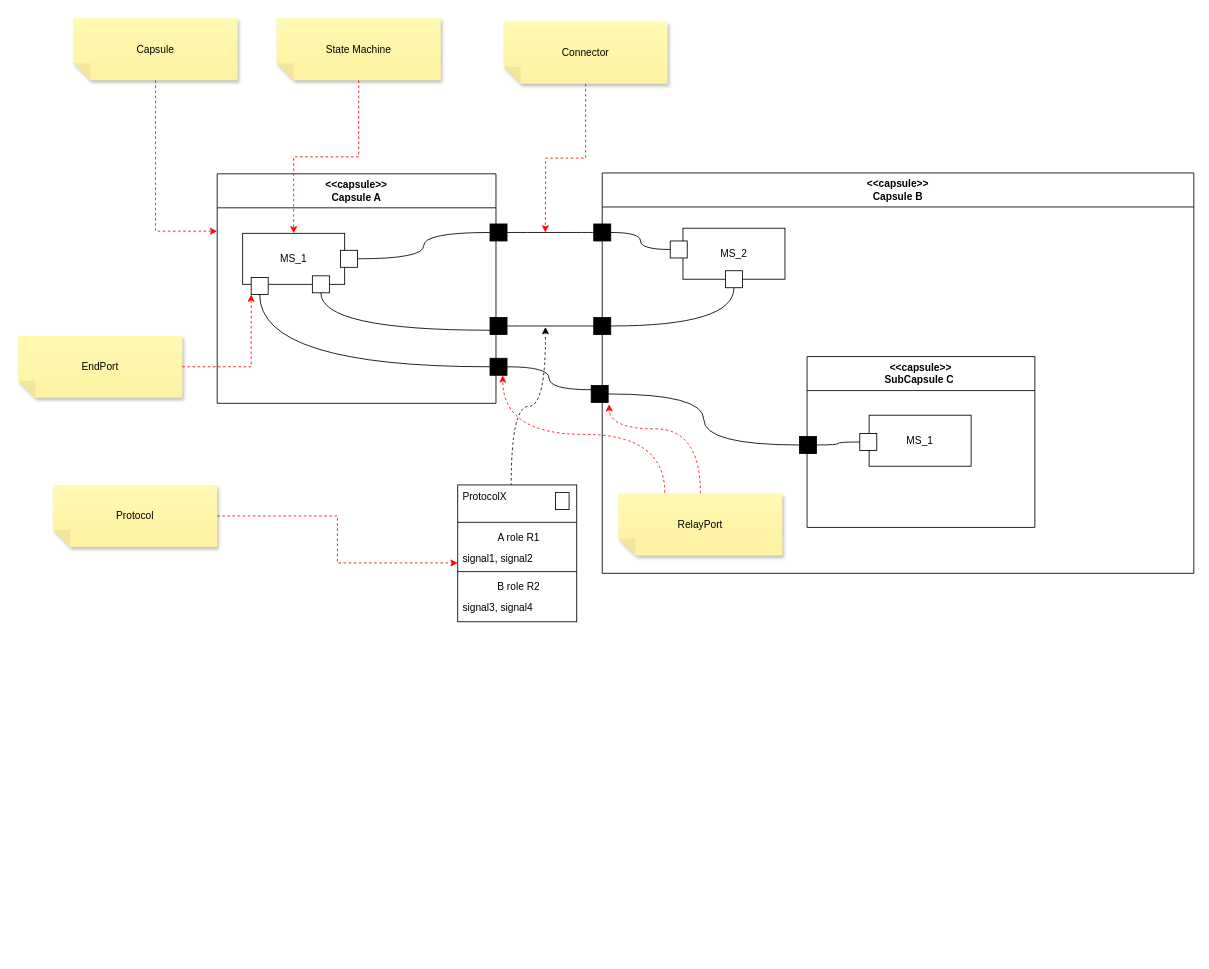
Before: page "Capsule" (1 of 5) of docs/rt-modeling/capsules/capsule.drawio in automatica-cluj/exemple-isp-2025, a draw.io diagram. Source tidied: cells renumbered, new cells numbered last; positions are measured from the earlier drawing's top-left corner, leaving out a move shared by most shapes. Both pictures are drawn from the tidied source at 85%, with x=0, y=0 at pixel (18, 18).
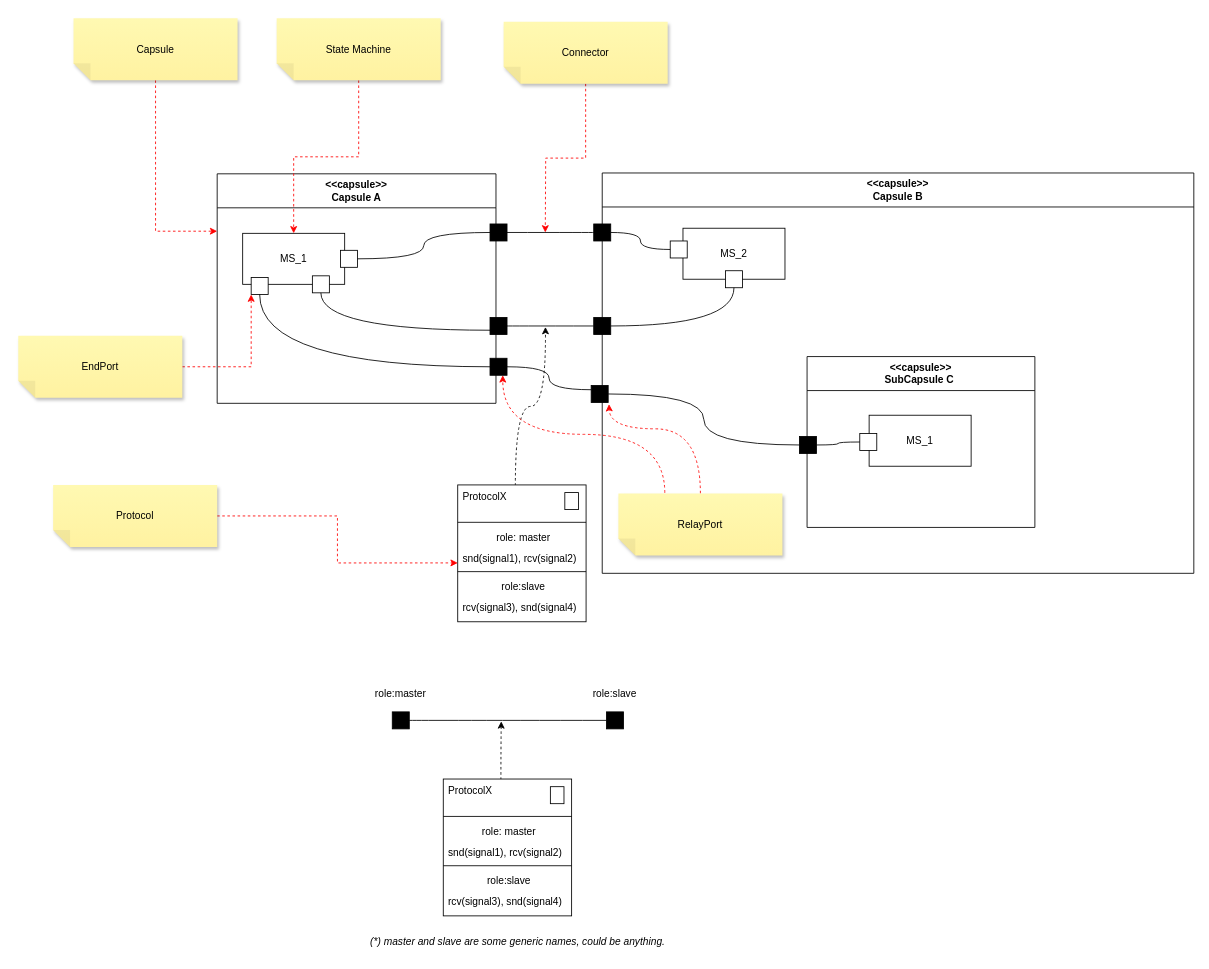
The same page after the edit.

Change to the diagram source:
```diff
@@
     <mxCell id="29" style="fontStyle=1;align=center;verticalAlign=top;horizontal=1;" parent="1" vertex="1">
-      <mxGeometry x="517" y="549" width="140" height="161" as="geometry" />
+      <mxGeometry x="517" y="549" width="151" height="161" as="geometry" />
     </mxCell>
     <mxCell id="30" value="ProtocolX" style="html=1;align=left;spacingLeft=4;verticalAlign=top;strokeColor=none;fillColor=none;whiteSpace=wrap;" parent="29" vertex="1">
-      <mxGeometry width="140" height="40" as="geometry" />
+      <mxGeometry width="151" height="40" as="geometry" />
     </mxCell>
@@
     <mxCell id="32" style="line;strokeWidth=1;fillColor=none;align=left;verticalAlign=middle;spacingTop=-1;spacingLeft=3;spacingRight=3;labelPosition=right;" parent="29" vertex="1">
-      <mxGeometry y="40" width="140" height="8" as="geometry" />
+      <mxGeometry y="40" width="151" height="8" as="geometry" />
     </mxCell>
-    <mxCell id="33" value="A role R1" style="html=1;align=center;spacingLeft=4;verticalAlign=top;strokeColor=none;fillColor=none;whiteSpace=wrap;" parent="29" vertex="1">
-      <mxGeometry y="48" width="140" height="25" as="geometry" />
+    <mxCell id="33" value="role: master" style="html=1;align=center;spacingLeft=4;verticalAlign=top;strokeColor=none;fillColor=none;whiteSpace=wrap;" parent="29" vertex="1">
+      <mxGeometry y="48" width="151" height="25" as="geometry" />
     </mxCell>
-    <mxCell id="34" value="signal1, signal2" style="html=1;align=left;spacingLeft=4;verticalAlign=top;strokeColor=none;fillColor=none;whiteSpace=wrap;" parent="29" vertex="1">
-      <mxGeometry y="73" width="140" height="25" as="geometry" />
+    <mxCell id="34" value="snd(signal1), rcv(signal2)" style="html=1;align=left;spacingLeft=4;verticalAlign=top;strokeColor=none;fillColor=none;whiteSpace=wrap;" parent="29" vertex="1">
+      <mxGeometry y="73" width="151" height="25" as="geometry" />
     </mxCell>
     <mxCell id="35" style="line;strokeWidth=1;fillColor=none;align=left;verticalAlign=middle;spacingTop=-1;spacingLeft=3;spacingRight=3;labelPosition=right;" parent="29" vertex="1">
-      <mxGeometry y="98" width="140" height="8" as="geometry" />
+      <mxGeometry y="98" width="151" height="8" as="geometry" />
     </mxCell>
-    <mxCell id="36" value="B role R2" style="html=1;align=center;spacingLeft=4;verticalAlign=top;strokeColor=none;fillColor=none;whiteSpace=wrap;" parent="29" vertex="1">
-      <mxGeometry y="106" width="140" height="25" as="geometry" />
+    <mxCell id="36" value="role:slave" style="html=1;align=center;spacingLeft=4;verticalAlign=top;strokeColor=none;fillColor=none;whiteSpace=wrap;" parent="29" vertex="1">
+      <mxGeometry y="106" width="151" height="25" as="geometry" />
     </mxCell>
-    <mxCell id="37" value="signal3, signal4" style="html=1;align=left;spacingLeft=4;verticalAlign=top;strokeColor=none;fillColor=none;whiteSpace=wrap;" parent="29" vertex="1">
-      <mxGeometry y="131" width="140" height="30" as="geometry" />
+    <mxCell id="37" value="rcv(signal3), snd(signal4)" style="html=1;align=left;spacingLeft=4;verticalAlign=top;strokeColor=none;fillColor=none;whiteSpace=wrap;" parent="29" vertex="1">
+      <mxGeometry y="131" width="151" height="30" as="geometry" />
     </mxCell>
@@
+    <mxCell id="54" style="edgeStyle=orthogonalEdgeStyle;rounded=0;jettySize=auto;html=1;exitX=1;exitY=0.5;exitDx=0;exitDy=0;entryX=0;entryY=0.5;entryDx=0;entryDy=0;endArrow=none;startFill=0;curved=1;" parent="1" edge="1" source="55" target="56">
+      <mxGeometry relative="1" as="geometry" />
+    </mxCell>
+    <mxCell id="55" style="rounded=0;whiteSpace=wrap;html=1;fillColor=#000000;" parent="1" vertex="1">
+      <mxGeometry x="440" y="816" width="20" height="20" as="geometry" />
+    </mxCell>
+    <mxCell id="56" style="rounded=0;whiteSpace=wrap;html=1;fillColor=#000000;" parent="1" vertex="1">
+      <mxGeometry x="692" y="816" width="20" height="20" as="geometry" />
+    </mxCell>
+    <mxCell id="57" style="edgeStyle=orthogonalEdgeStyle;curved=1;rounded=0;jettySize=auto;html=1;dashed=1;exitX=0.449;exitY=0.03;exitDx=0;exitDy=0;exitPerimeter=0;" parent="1" edge="1" source="59">
+      <mxGeometry relative="1" as="geometry">
+        <mxPoint x="568.2" y="827.2" as="targetPoint" />
+      </mxGeometry>
+    </mxCell>
+    <mxCell id="58" style="fontStyle=1;align=center;verticalAlign=top;horizontal=1;" parent="1" vertex="1">
+      <mxGeometry x="500" y="895" width="151" height="161" as="geometry" />
+    </mxCell>
+    <mxCell id="59" value="ProtocolX" style="html=1;align=left;spacingLeft=4;verticalAlign=top;strokeColor=none;fillColor=none;whiteSpace=wrap;" parent="58" vertex="1">
+      <mxGeometry width="151" height="40" as="geometry" />
+    </mxCell>
+    <mxCell id="60" style="shape=rectangle;jettyWidth=10;jettyHeight=4;" parent="59" vertex="1">
+      <mxGeometry x="1" width="16" height="20" relative="1" as="geometry">
+        <mxPoint x="-25" y="9" as="offset" />
+      </mxGeometry>
+    </mxCell>
+    <mxCell id="61" style="line;strokeWidth=1;fillColor=none;align=left;verticalAlign=middle;spacingTop=-1;spacingLeft=3;spacingRight=3;labelPosition=right;" parent="58" vertex="1">
+      <mxGeometry y="40" width="151" height="8" as="geometry" />
+    </mxCell>
+    <mxCell id="62" value="role: master" style="html=1;align=center;spacingLeft=4;verticalAlign=top;strokeColor=none;fillColor=none;whiteSpace=wrap;" parent="58" vertex="1">
+      <mxGeometry y="48" width="151" height="25" as="geometry" />
+    </mxCell>
+    <mxCell id="63" value="snd(signal1), rcv(signal2)" style="html=1;align=left;spacingLeft=4;verticalAlign=top;strokeColor=none;fillColor=none;whiteSpace=wrap;" parent="58" vertex="1">
+      <mxGeometry y="73" width="151" height="25" as="geometry" />
+    </mxCell>
+    <mxCell id="64" style="line;strokeWidth=1;fillColor=none;align=left;verticalAlign=middle;spacingTop=-1;spacingLeft=3;spacingRight=3;labelPosition=right;" parent="58" vertex="1">
+      <mxGeometry y="98" width="151" height="8" as="geometry" />
+    </mxCell>
+    <mxCell id="65" value="role:slave" style="html=1;align=center;spacingLeft=4;verticalAlign=top;strokeColor=none;fillColor=none;whiteSpace=wrap;" parent="58" vertex="1">
+      <mxGeometry y="106" width="151" height="25" as="geometry" />
+    </mxCell>
+    <mxCell id="66" value="rcv(signal3), snd(signal4)" style="html=1;align=left;spacingLeft=4;verticalAlign=top;strokeColor=none;fillColor=none;whiteSpace=wrap;" parent="58" vertex="1">
+      <mxGeometry y="131" width="151" height="30" as="geometry" />
+    </mxCell>
+    <mxCell id="67" value="role:master" style="text;html=1;align=center;verticalAlign=middle;whiteSpace=wrap;rounded=0;" parent="1" vertex="1">
+      <mxGeometry x="420" y="780" width="60" height="30" as="geometry" />
+    </mxCell>
+    <mxCell id="68" value="role:slave" style="text;html=1;align=center;verticalAlign=middle;whiteSpace=wrap;rounded=0;" parent="1" vertex="1">
+      <mxGeometry x="672" y="780" width="60" height="30" as="geometry" />
+    </mxCell>
+    <mxCell id="69" value="&lt;i&gt;(*) master and slave are some generic names, could be anything.&amp;nbsp;&lt;/i&gt;" style="text;html=1;align=center;verticalAlign=middle;whiteSpace=wrap;rounded=0;" parent="1" vertex="1">
+      <mxGeometry x="388" y="1072" width="403" height="30" as="geometry" />
+    </mxCell>
```
